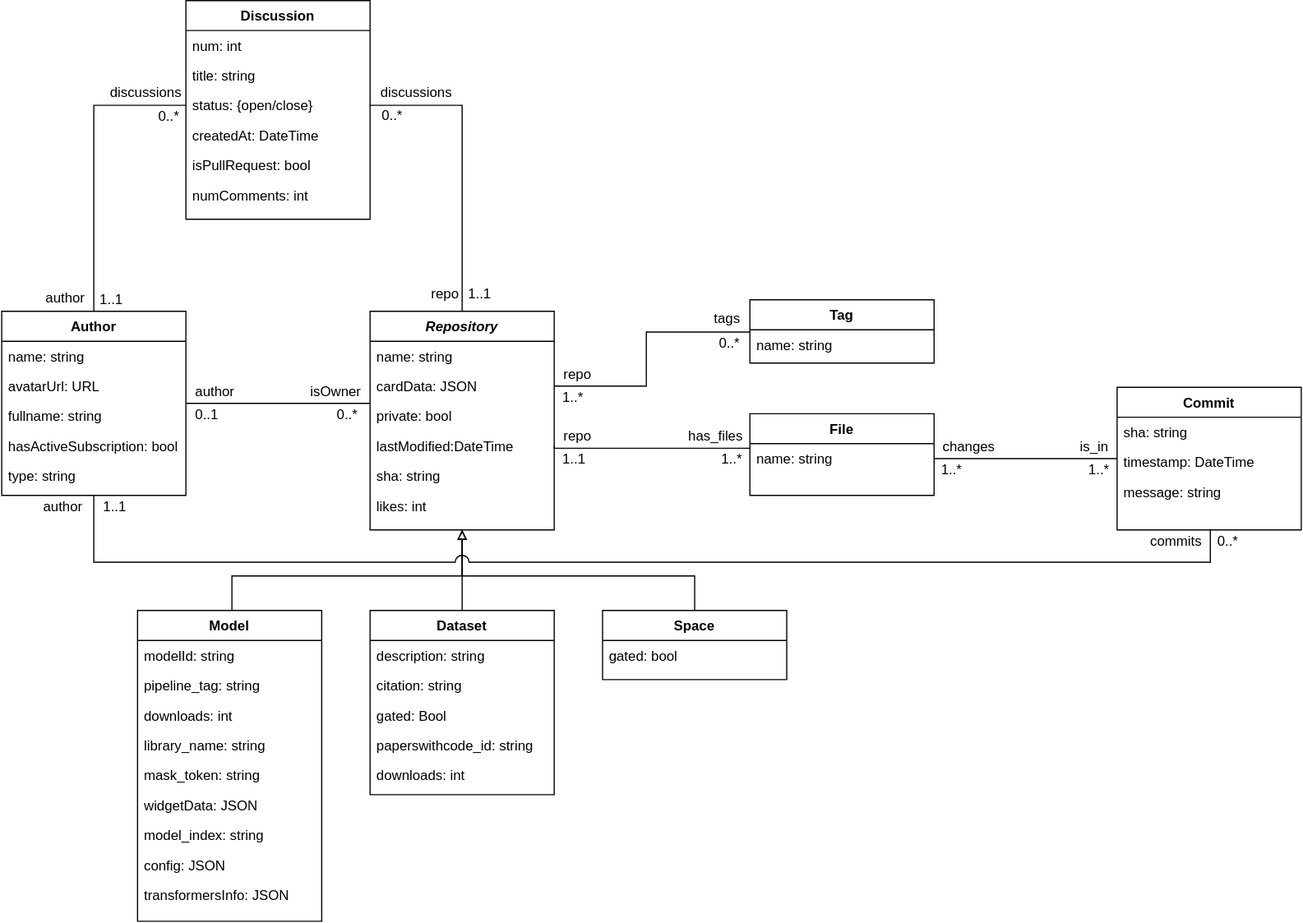
Above: resources/figs/conceptualSchema.svg in SOM-Research/HFCommunity (draw.io), before the change. Source tidied: cells renumbered, new cells last; positions are measured from the earlier drawing's top-left corner, leaving out a move shared by most shapes.
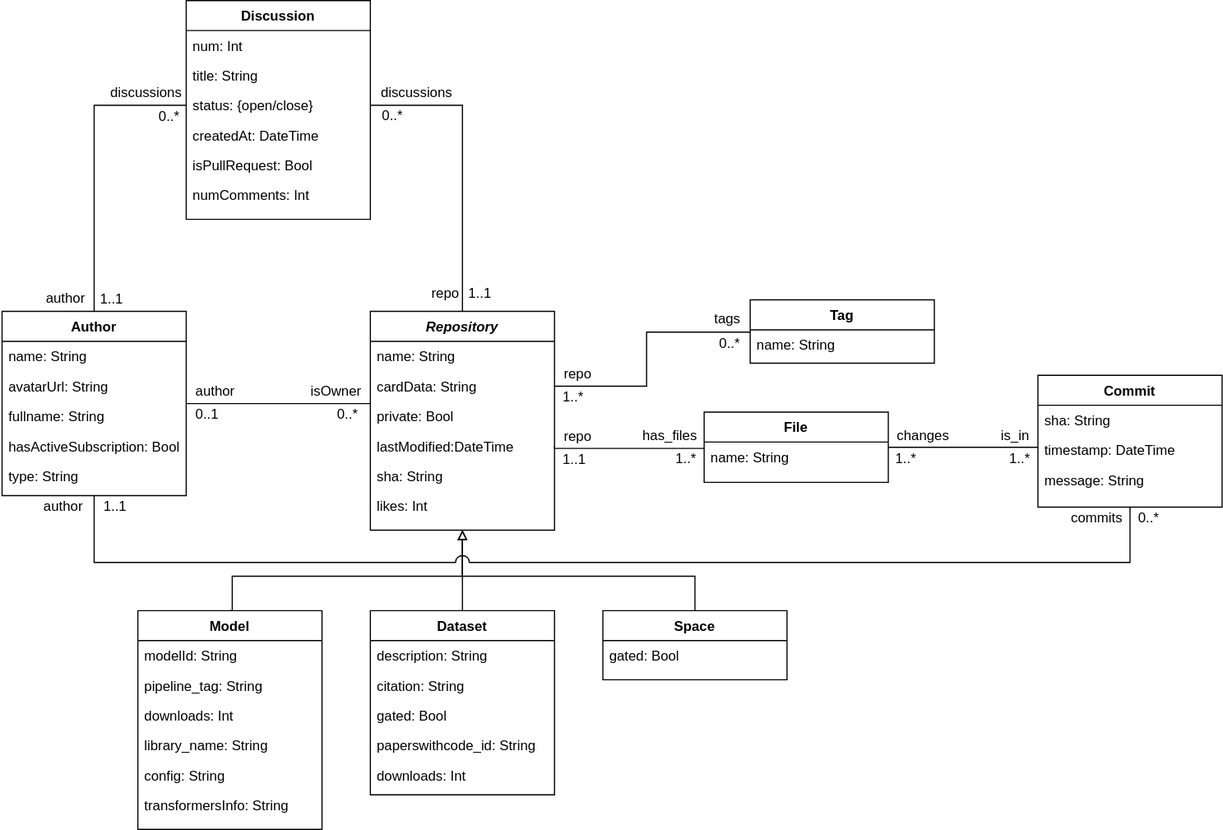
After the change.

Commit message:
Curated schemas

Change to the diagram source:
```diff
@@ -14,30 +14,21 @@
     <mxCell id="3" value="Model" style="swimlane;fontStyle=1;align=center;verticalAlign=top;horizontal=1;startSize=26;rounded=0;shadow=0;strokeWidth=1;strokeColor=#000000;" parent="1" vertex="1">
-      <mxGeometry x="118" y="530" width="160" height="270" as="geometry" />
+      <mxGeometry x="118" y="530" width="160" height="190" as="geometry" />
     </mxCell>
-    <mxCell id="4" value="modelId: string" style="text;align=left;verticalAlign=top;spacingLeft=4;spacingRight=4;overflow=hidden;strokeWidth=2;" parent="3" vertex="1">
+    <mxCell id="4" value="modelId: String" style="text;align=left;verticalAlign=top;spacingLeft=4;spacingRight=4;overflow=hidden;strokeWidth=2;" parent="3" vertex="1">
       <mxGeometry y="26" width="160" height="26" as="geometry" />
     </mxCell>
-    <mxCell id="5" value="pipeline_tag: string" style="text;align=left;verticalAlign=top;spacingLeft=4;spacingRight=4;overflow=hidden;rounded=0;shadow=0;html=0;strokeWidth=2;" parent="3" vertex="1">
+    <mxCell id="5" value="pipeline_tag: String" style="text;align=left;verticalAlign=top;spacingLeft=4;spacingRight=4;overflow=hidden;rounded=0;shadow=0;html=0;strokeWidth=2;" parent="3" vertex="1">
       <mxGeometry y="52" width="160" height="26" as="geometry" />
     </mxCell>
-    <mxCell id="6" value="downloads: int" style="text;align=left;verticalAlign=top;spacingLeft=4;spacingRight=4;overflow=hidden;strokeWidth=2;" parent="3" vertex="1">
+    <mxCell id="6" value="downloads: Int" style="text;align=left;verticalAlign=top;spacingLeft=4;spacingRight=4;overflow=hidden;strokeWidth=2;" parent="3" vertex="1">
       <mxGeometry y="78" width="160" height="26" as="geometry" />
     </mxCell>
-    <mxCell id="7" value="library_name: string" style="text;align=left;verticalAlign=top;spacingLeft=4;spacingRight=4;overflow=hidden;strokeWidth=2;" parent="3" vertex="1">
+    <mxCell id="7" value="library_name: String" style="text;align=left;verticalAlign=top;spacingLeft=4;spacingRight=4;overflow=hidden;strokeWidth=2;" parent="3" vertex="1">
       <mxGeometry y="104" width="160" height="26" as="geometry" />
     </mxCell>
-    <mxCell id="8" value="mask_token: string" style="text;align=left;verticalAlign=top;spacingLeft=4;spacingRight=4;overflow=hidden;strokeWidth=2;" parent="3" vertex="1">
-      <mxGeometry y="130" width="160" height="26" as="geometry" />
-    </mxCell>
-    <mxCell id="9" value="widgetData: JSON" style="text;align=left;verticalAlign=top;spacingLeft=4;spacingRight=4;overflow=hidden;strokeWidth=2;" parent="3" vertex="1">
-      <mxGeometry y="156" width="160" height="26" as="geometry" />
-    </mxCell>
-    <mxCell id="10" value="model_index: string" style="text;align=left;verticalAlign=top;spacingLeft=4;spacingRight=4;overflow=hidden;strokeWidth=2;" parent="3" vertex="1">
-      <mxGeometry y="182" width="160" height="26" as="geometry" />
-    </mxCell>
-    <mxCell id="11" value="config: JSON" style="text;align=left;verticalAlign=top;spacingLeft=4;spacingRight=4;overflow=hidden;strokeWidth=2;" parent="3" vertex="1">
-      <mxGeometry y="208" width="160" height="26" as="geometry" />
+    <mxCell id="11" value="config: String" style="text;align=left;verticalAlign=top;spacingLeft=4;spacingRight=4;overflow=hidden;strokeWidth=2;" parent="3" vertex="1">
+      <mxGeometry y="130" width="160" height="26" as="geometry" />
     </mxCell>
-    <mxCell id="12" value="transformersInfo: JSON" style="text;align=left;verticalAlign=top;spacingLeft=4;spacingRight=4;overflow=hidden;strokeWidth=2;" parent="3" vertex="1">
-      <mxGeometry y="234" width="160" height="26" as="geometry" />
+    <mxCell id="12" value="transformersInfo: String" style="text;align=left;verticalAlign=top;spacingLeft=4;spacingRight=4;overflow=hidden;strokeWidth=2;" parent="3" vertex="1">
+      <mxGeometry y="156" width="160" height="26" as="geometry" />
     </mxCell>
@@ -49,6 +40,6 @@
     </mxCell>
-    <mxCell id="15" value="description: string" style="text;align=left;verticalAlign=top;spacingLeft=4;spacingRight=4;overflow=hidden;strokeWidth=2;" parent="14" vertex="1">
+    <mxCell id="15" value="description: String" style="text;align=left;verticalAlign=top;spacingLeft=4;spacingRight=4;overflow=hidden;strokeWidth=2;" parent="14" vertex="1">
       <mxGeometry y="26" width="160" height="26" as="geometry" />
     </mxCell>
-    <mxCell id="16" value="citation: string" style="text;align=left;verticalAlign=top;spacingLeft=4;spacingRight=4;overflow=hidden;strokeWidth=2;" parent="14" vertex="1">
+    <mxCell id="16" value="citation: String" style="text;align=left;verticalAlign=top;spacingLeft=4;spacingRight=4;overflow=hidden;strokeWidth=2;" parent="14" vertex="1">
       <mxGeometry y="52" width="160" height="26" as="geometry" />
@@ -58,6 +49,6 @@
     </mxCell>
-    <mxCell id="18" value="paperswithcode_id: string" style="text;align=left;verticalAlign=top;spacingLeft=4;spacingRight=4;overflow=hidden;strokeWidth=2;" parent="14" vertex="1">
+    <mxCell id="18" value="paperswithcode_id: String" style="text;align=left;verticalAlign=top;spacingLeft=4;spacingRight=4;overflow=hidden;strokeWidth=2;" parent="14" vertex="1">
       <mxGeometry y="104" width="160" height="26" as="geometry" />
     </mxCell>
-    <mxCell id="19" value="downloads: int" style="text;align=left;verticalAlign=top;spacingLeft=4;spacingRight=4;overflow=hidden;strokeWidth=2;" parent="14" vertex="1">
+    <mxCell id="19" value="downloads: Int" style="text;align=left;verticalAlign=top;spacingLeft=4;spacingRight=4;overflow=hidden;strokeWidth=2;" parent="14" vertex="1">
       <mxGeometry y="130" width="160" height="26" as="geometry" />
@@ -75,3 +66,3 @@
     </mxCell>
-    <mxCell id="22" value="gated: bool" style="text;align=left;verticalAlign=top;spacingLeft=4;spacingRight=4;overflow=hidden;fontStyle=0;strokeWidth=2;" parent="21" vertex="1">
+    <mxCell id="22" value="gated: Bool" style="text;align=left;verticalAlign=top;spacingLeft=4;spacingRight=4;overflow=hidden;fontStyle=0;strokeWidth=2;" parent="21" vertex="1">
       <mxGeometry y="26" width="160" height="26" as="geometry" />
@@ -81,3 +72,3 @@
     </mxCell>
-    <mxCell id="24" value="name: string" style="text;align=left;verticalAlign=top;spacingLeft=4;spacingRight=4;overflow=hidden;strokeWidth=2;" parent="23" vertex="1">
+    <mxCell id="24" value="name: String" style="text;align=left;verticalAlign=top;spacingLeft=4;spacingRight=4;overflow=hidden;strokeWidth=2;" parent="23" vertex="1">
       <mxGeometry y="26" width="160" height="26" as="geometry" />
@@ -87,6 +78,6 @@
     </mxCell>
-    <mxCell id="26" value="num: int" style="text;align=left;verticalAlign=top;spacingLeft=4;spacingRight=4;overflow=hidden;strokeWidth=2;" parent="25" vertex="1">
+    <mxCell id="26" value="num: Int" style="text;align=left;verticalAlign=top;spacingLeft=4;spacingRight=4;overflow=hidden;strokeWidth=2;" parent="25" vertex="1">
       <mxGeometry y="26" width="160" height="26" as="geometry" />
     </mxCell>
-    <mxCell id="27" value="title: string" style="text;align=left;verticalAlign=top;spacingLeft=4;spacingRight=4;overflow=hidden;rounded=0;shadow=0;html=0;strokeWidth=2;" parent="25" vertex="1">
+    <mxCell id="27" value="title: String" style="text;align=left;verticalAlign=top;spacingLeft=4;spacingRight=4;overflow=hidden;rounded=0;shadow=0;html=0;strokeWidth=2;" parent="25" vertex="1">
       <mxGeometry y="52" width="160" height="26" as="geometry" />
@@ -99,6 +90,6 @@
     </mxCell>
-    <mxCell id="30" value="isPullRequest: bool" style="text;align=left;verticalAlign=top;spacingLeft=4;spacingRight=4;overflow=hidden;rounded=0;shadow=0;html=0;strokeWidth=2;" parent="25" vertex="1">
+    <mxCell id="30" value="isPullRequest: Bool" style="text;align=left;verticalAlign=top;spacingLeft=4;spacingRight=4;overflow=hidden;rounded=0;shadow=0;html=0;strokeWidth=2;" parent="25" vertex="1">
       <mxGeometry y="130" width="160" height="26" as="geometry" />
     </mxCell>
-    <mxCell id="31" value="numComments: int" style="text;align=left;verticalAlign=top;spacingLeft=4;spacingRight=4;overflow=hidden;rounded=0;shadow=0;html=0;strokeWidth=2;" parent="25" vertex="1">
+    <mxCell id="31" value="numComments: Int" style="text;align=left;verticalAlign=top;spacingLeft=4;spacingRight=4;overflow=hidden;rounded=0;shadow=0;html=0;strokeWidth=2;" parent="25" vertex="1">
       <mxGeometry y="156" width="160" height="26" as="geometry" />
@@ -111,15 +102,15 @@
     </mxCell>
-    <mxCell id="34" value="name: string" style="text;align=left;verticalAlign=top;spacingLeft=4;spacingRight=4;overflow=hidden;rounded=0;shadow=0;html=0;strokeWidth=2;" parent="33" vertex="1">
+    <mxCell id="34" value="name: String" style="text;align=left;verticalAlign=top;spacingLeft=4;spacingRight=4;overflow=hidden;rounded=0;shadow=0;html=0;strokeWidth=2;" parent="33" vertex="1">
       <mxGeometry y="26" width="160" height="26" as="geometry" />
     </mxCell>
-    <mxCell id="35" value="avatarUrl: URL" style="text;align=left;verticalAlign=top;spacingLeft=4;spacingRight=4;overflow=hidden;strokeWidth=2;" parent="33" vertex="1">
+    <mxCell id="35" value="avatarUrl: String" style="text;align=left;verticalAlign=top;spacingLeft=4;spacingRight=4;overflow=hidden;strokeWidth=2;" parent="33" vertex="1">
       <mxGeometry y="52" width="160" height="26" as="geometry" />
     </mxCell>
-    <mxCell id="36" value="fullname: string" style="text;align=left;verticalAlign=top;spacingLeft=4;spacingRight=4;overflow=hidden;rounded=0;shadow=0;html=0;strokeWidth=2;" parent="33" vertex="1">
+    <mxCell id="36" value="fullname: String" style="text;align=left;verticalAlign=top;spacingLeft=4;spacingRight=4;overflow=hidden;rounded=0;shadow=0;html=0;strokeWidth=2;" parent="33" vertex="1">
       <mxGeometry y="78" width="160" height="26" as="geometry" />
     </mxCell>
-    <mxCell id="37" value="hasActiveSubscription: bool" style="text;align=left;verticalAlign=top;spacingLeft=4;spacingRight=4;overflow=hidden;rounded=0;shadow=0;html=0;strokeWidth=2;" parent="33" vertex="1">
+    <mxCell id="37" value="hasActiveSubscription: Bool" style="text;align=left;verticalAlign=top;spacingLeft=4;spacingRight=4;overflow=hidden;rounded=0;shadow=0;html=0;strokeWidth=2;" parent="33" vertex="1">
       <mxGeometry y="104" width="160" height="26" as="geometry" />
     </mxCell>
-    <mxCell id="38" value="type: string" style="text;align=left;verticalAlign=top;spacingLeft=4;spacingRight=4;overflow=hidden;rounded=0;shadow=0;html=0;strokeWidth=2;" parent="33" vertex="1">
+    <mxCell id="38" value="type: String" style="text;align=left;verticalAlign=top;spacingLeft=4;spacingRight=4;overflow=hidden;rounded=0;shadow=0;html=0;strokeWidth=2;" parent="33" vertex="1">
       <mxGeometry y="130" width="160" height="26" as="geometry" />
@@ -137,9 +128,9 @@
     </mxCell>
-    <mxCell id="41" value="name: string" style="text;align=left;verticalAlign=top;spacingLeft=4;spacingRight=4;overflow=hidden;strokeWidth=2;" parent="40" vertex="1">
+    <mxCell id="41" value="name: String" style="text;align=left;verticalAlign=top;spacingLeft=4;spacingRight=4;overflow=hidden;strokeWidth=2;" parent="40" vertex="1">
       <mxGeometry y="26" width="160" height="26" as="geometry" />
     </mxCell>
-    <mxCell id="42" value="cardData: JSON" style="text;align=left;verticalAlign=top;spacingLeft=4;spacingRight=4;overflow=hidden;points=[[0,0.5],[1,0.5]];portConstraint=eastwest;rounded=0;shadow=0;html=0;strokeWidth=2;" parent="40" vertex="1">
+    <mxCell id="42" value="cardData: String" style="text;align=left;verticalAlign=top;spacingLeft=4;spacingRight=4;overflow=hidden;points=[[0,0.5],[1,0.5]];portConstraint=eastwest;rounded=0;shadow=0;html=0;strokeWidth=2;" parent="40" vertex="1">
       <mxGeometry y="52" width="160" height="26" as="geometry" />
     </mxCell>
-    <mxCell id="43" value="private: bool" style="text;align=left;verticalAlign=top;spacingLeft=4;spacingRight=4;overflow=hidden;rounded=0;shadow=0;html=0;strokeWidth=2;" parent="40" vertex="1">
+    <mxCell id="43" value="private: Bool" style="text;align=left;verticalAlign=top;spacingLeft=4;spacingRight=4;overflow=hidden;rounded=0;shadow=0;html=0;strokeWidth=2;" parent="40" vertex="1">
       <mxGeometry y="78" width="160" height="26" as="geometry" />
@@ -149,6 +140,6 @@
     </mxCell>
-    <mxCell id="45" value="sha: string" style="text;align=left;verticalAlign=top;spacingLeft=4;spacingRight=4;overflow=hidden;rounded=0;shadow=0;html=0;strokeWidth=2;" parent="40" vertex="1">
+    <mxCell id="45" value="sha: String" style="text;align=left;verticalAlign=top;spacingLeft=4;spacingRight=4;overflow=hidden;rounded=0;shadow=0;html=0;strokeWidth=2;" parent="40" vertex="1">
       <mxGeometry y="130" width="160" height="26" as="geometry" />
     </mxCell>
-    <mxCell id="46" value="likes: int" style="text;align=left;verticalAlign=top;spacingLeft=4;spacingRight=4;overflow=hidden;rounded=0;shadow=0;html=0;strokeWidth=2;" parent="40" vertex="1">
+    <mxCell id="46" value="likes: Int" style="text;align=left;verticalAlign=top;spacingLeft=4;spacingRight=4;overflow=hidden;rounded=0;shadow=0;html=0;strokeWidth=2;" parent="40" vertex="1">
       <mxGeometry y="156" width="160" height="26" as="geometry" />
@@ -176,5 +167,5 @@
     <mxCell id="52" value="File" style="swimlane;fontStyle=1;align=center;verticalAlign=top;horizontal=1;startSize=26;rounded=0;shadow=0;strokeWidth=1;strokeColor=#000000;" parent="1" vertex="1">
-      <mxGeometry x="650" y="359" width="160" height="71" as="geometry" />
+      <mxGeometry x="610" y="357.5" width="160" height="61" as="geometry" />
     </mxCell>
-    <mxCell id="53" value="name: string" style="text;align=left;verticalAlign=top;spacingLeft=4;spacingRight=4;overflow=hidden;strokeWidth=2;" parent="52" vertex="1">
+    <mxCell id="53" value="name: String" style="text;align=left;verticalAlign=top;spacingLeft=4;spacingRight=4;overflow=hidden;strokeWidth=2;" parent="52" vertex="1">
       <mxGeometry y="26" width="160" height="26" as="geometry" />
@@ -189,6 +180,6 @@
     <mxCell id="55" value="has_files" style="text;html=1;align=center;verticalAlign=middle;strokeColor=none;fillColor=none;" parent="1" vertex="1">
-      <mxGeometry x="590" y="369" width="60" height="20" as="geometry" />
+      <mxGeometry x="550" y="367.5" width="60" height="20" as="geometry" />
     </mxCell>
     <mxCell id="56" value="1..*" style="text;html=1;align=center;verticalAlign=middle;strokeColor=none;fillColor=none;" parent="1" vertex="1">
-      <mxGeometry x="619" y="389" width="30" height="20" as="geometry" />
+      <mxGeometry x="579" y="387.5" width="30" height="20" as="geometry" />
     </mxCell>
@@ -239,5 +230,8 @@
     </mxCell>
-    <mxCell id="72" style="edgeStyle=orthogonalEdgeStyle;rounded=0;jettySize=auto;html=1;entryX=1;entryY=0.5;entryDx=0;entryDy=0;endArrow=none;endFill=0;strokeColor=#000000;strokeWidth=1;" parent="1" edge="1" source="74">
+    <mxCell id="72" style="edgeStyle=orthogonalEdgeStyle;rounded=0;jettySize=auto;html=1;endArrow=none;endFill=0;strokeColor=#000000;strokeWidth=1;" parent="1" edge="1" source="74" target="52">
       <mxGeometry relative="1" as="geometry">
-        <mxPoint x="810" y="398" as="targetPoint" />
+        <Array as="points">
+          <mxPoint x="870" y="388" />
+          <mxPoint x="870" y="388" />
+        </Array>
       </mxGeometry>
@@ -247,3 +241,3 @@
         <Array as="points">
-          <mxPoint x="1050" y="488" />
+          <mxPoint x="980" y="488" />
           <mxPoint x="80" y="488" />
@@ -253,5 +247,5 @@
     <mxCell id="74" value="Commit" style="swimlane;fontStyle=1;align=center;verticalAlign=top;horizontal=1;startSize=26;rounded=0;shadow=0;strokeWidth=1;strokeColor=#000000;" parent="1" vertex="1">
-      <mxGeometry x="969" y="336" width="160" height="124" as="geometry" />
+      <mxGeometry x="900" y="325.5" width="160" height="114.5" as="geometry" />
     </mxCell>
-    <mxCell id="75" value="sha: string" style="text;align=left;verticalAlign=top;spacingLeft=4;spacingRight=4;overflow=hidden;strokeWidth=2;" parent="74" vertex="1">
+    <mxCell id="75" value="sha: String" style="text;align=left;verticalAlign=top;spacingLeft=4;spacingRight=4;overflow=hidden;strokeWidth=2;" parent="74" vertex="1">
       <mxGeometry y="26" width="160" height="26" as="geometry" />
@@ -261,3 +255,3 @@
     </mxCell>
-    <mxCell id="77" value="message: string" style="text;align=left;verticalAlign=top;spacingLeft=4;spacingRight=4;overflow=hidden;strokeWidth=2;" parent="74" vertex="1">
+    <mxCell id="77" value="message: String" style="text;align=left;verticalAlign=top;spacingLeft=4;spacingRight=4;overflow=hidden;strokeWidth=2;" parent="74" vertex="1">
       <mxGeometry y="78" width="160" height="26" as="geometry" />
@@ -265,12 +259,12 @@
     <mxCell id="78" value="1..*" style="text;html=1;align=center;verticalAlign=middle;strokeColor=none;fillColor=none;" parent="1" vertex="1">
-      <mxGeometry x="810" y="398" width="30" height="20" as="geometry" />
+      <mxGeometry x="770" y="387.5" width="30" height="20" as="geometry" />
     </mxCell>
     <mxCell id="79" value="1..*" style="text;html=1;align=center;verticalAlign=middle;strokeColor=none;fillColor=none;" parent="1" vertex="1">
-      <mxGeometry x="938" y="398" width="30" height="20" as="geometry" />
+      <mxGeometry x="869" y="387.5" width="30" height="20" as="geometry" />
     </mxCell>
     <mxCell id="80" value="is_in" style="text;html=1;align=center;verticalAlign=middle;strokeColor=none;fillColor=none;" parent="1" vertex="1">
-      <mxGeometry x="929" y="378" width="40" height="20" as="geometry" />
+      <mxGeometry x="860" y="367.5" width="40" height="20" as="geometry" />
     </mxCell>
     <mxCell id="81" value="changes" style="text;html=1;align=center;verticalAlign=middle;strokeColor=none;fillColor=none;" parent="1" vertex="1">
-      <mxGeometry x="810" y="378" width="60" height="20" as="geometry" />
+      <mxGeometry x="770" y="367.5" width="60" height="20" as="geometry" />
     </mxCell>
@@ -286,6 +280,6 @@
     <mxCell id="85" value="commits" style="text;html=1;align=center;verticalAlign=middle;strokeColor=none;fillColor=none;" parent="1" vertex="1">
-      <mxGeometry x="990" y="460" width="60" height="20" as="geometry" />
+      <mxGeometry x="921" y="439.5" width="60" height="20" as="geometry" />
     </mxCell>
     <mxCell id="86" value="0..*" style="text;html=1;align=center;verticalAlign=middle;strokeColor=none;fillColor=none;" parent="1" vertex="1">
-      <mxGeometry x="1050" y="460" width="30" height="20" as="geometry" />
+      <mxGeometry x="981" y="439.5" width="30" height="20" as="geometry" />
     </mxCell>
```
